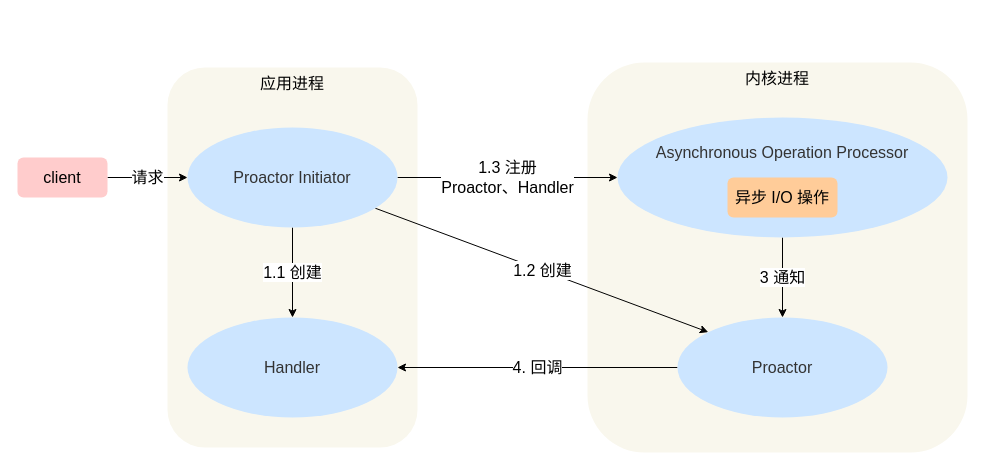
Before: 操作系统/Reactor/Proactor.drawio in xiaolincoder/ImageHost4, a draw.io diagram. Source tidied: cells renumbered, new cells numbered last; positions are measured from the earlier drawing's top-left corner, leaving out a move shared by most shapes. Both pictures are drawn from the tidied source at 100%, with x=0, y=0 at pixel (17, 62).
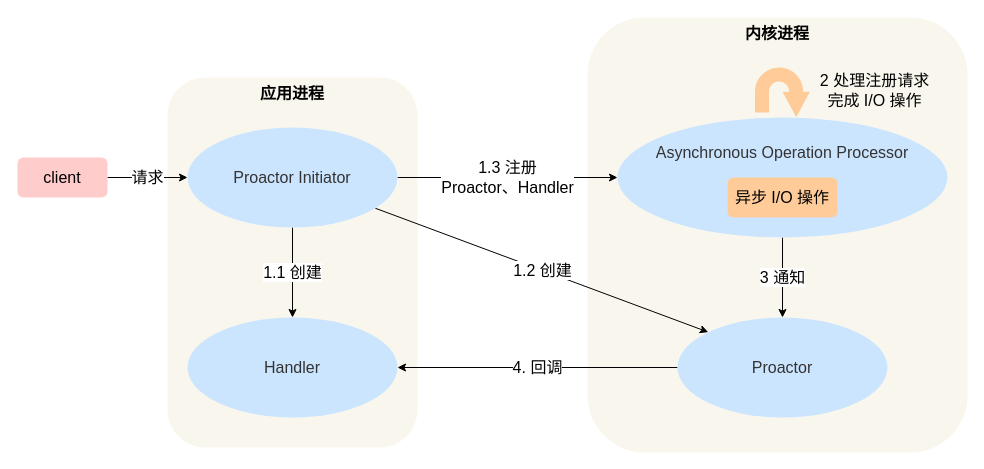
The same diagram, later.

The edit, as a diff of the source:
```diff
@@
 <mxGraphModel>
   <root>
     <mxCell id="0" />
     <mxCell id="1" parent="0" />
-    <mxCell id="2" value="内核进程" style="rounded=1;whiteSpace=wrap;html=1;labelBackgroundColor=none;fontSize=16;verticalAlign=top;fillColor=#f9f7ed;strokeColor=none;" parent="1" vertex="1">
-      <mxGeometry x="570" width="380" height="390" as="geometry" />
+    <mxCell id="2" value="&lt;b&gt;内核进程&lt;/b&gt;" style="rounded=1;whiteSpace=wrap;html=1;labelBackgroundColor=none;fontSize=16;verticalAlign=top;fillColor=#f9f7ed;strokeColor=none;" parent="1" vertex="1">
+      <mxGeometry x="570" y="-45" width="380" height="435" as="geometry" />
     </mxCell>
-    <mxCell id="3" value="应用进程" style="rounded=1;whiteSpace=wrap;html=1;labelBackgroundColor=none;fontSize=16;verticalAlign=top;fillColor=#f9f7ed;strokeColor=none;" parent="1" vertex="1">
-      <mxGeometry x="150" y="5" width="250" height="380" as="geometry" />
+    <mxCell id="3" value="&lt;b&gt;应用进程&lt;/b&gt;" style="rounded=1;whiteSpace=wrap;html=1;labelBackgroundColor=none;fontSize=16;verticalAlign=top;fillColor=#f9f7ed;strokeColor=none;" parent="1" vertex="1">
+      <mxGeometry x="150" y="15" width="250" height="370" as="geometry" />
     </mxCell>
     <mxCell id="4" value="1.1 创建" style="edgeStyle=orthogonalEdgeStyle;rounded=0;jettySize=auto;html=1;fontSize=16;" parent="1" edge="1" source="7" target="8">
       <mxGeometry relative="1" as="geometry" />
     </mxCell>
     <mxCell id="5" value="1.3 注册&lt;br&gt;Proactor、Handler" style="edgeStyle=orthogonalEdgeStyle;rounded=0;jettySize=auto;html=1;entryX=0;entryY=0.5;entryDx=0;entryDy=0;fontSize=16;" parent="1" edge="1" source="7" target="10">
       <mxGeometry relative="1" as="geometry" />
     </mxCell>
     <mxCell id="6" value="1.2 创建" style="rounded=0;jettySize=auto;html=1;entryX=0;entryY=0;entryDx=0;entryDy=0;fontSize=16;" parent="1" edge="1" source="7" target="13">
       <mxGeometry relative="1" as="geometry" />
     </mxCell>
     <mxCell id="7" value="&lt;span style=&quot;font-size: 16px; color: rgb(51, 51, 51); font-family: &amp;quot;pingfang sc&amp;quot;, &amp;quot;lantinghei sc&amp;quot;, &amp;quot;microsoft yahei&amp;quot;, &amp;quot;hiragino sans gb&amp;quot;, &amp;quot;microsoft sans serif&amp;quot;, &amp;quot;wenquanyi micro hei&amp;quot;, helvetica, sans-serif;&quot;&gt;Proactor Initiator&lt;/span&gt;" style="ellipse;whiteSpace=wrap;html=1;fillColor=#cce5ff;strokeColor=none;labelBackgroundColor=none;" parent="1" vertex="1">
       <mxGeometry x="170" y="65" width="210" height="100" as="geometry" />
     </mxCell>
     <mxCell id="8" value="&lt;span style=&quot;font-size: 16px; color: rgb(51, 51, 51); font-family: &amp;quot;pingfang sc&amp;quot;, &amp;quot;lantinghei sc&amp;quot;, &amp;quot;microsoft yahei&amp;quot;, &amp;quot;hiragino sans gb&amp;quot;, &amp;quot;microsoft sans serif&amp;quot;, &amp;quot;wenquanyi micro hei&amp;quot;, helvetica, sans-serif;&quot;&gt;Handler&lt;/span&gt;" style="ellipse;whiteSpace=wrap;html=1;fillColor=#cce5ff;strokeColor=none;labelBackgroundColor=none;" parent="1" vertex="1">
       <mxGeometry x="170" y="255" width="210" height="100" as="geometry" />
     </mxCell>
     <mxCell id="9" value="3 通知" style="edgeStyle=orthogonalEdgeStyle;rounded=0;jettySize=auto;html=1;fontSize=16;" parent="1" edge="1" source="10" target="13">
       <mxGeometry relative="1" as="geometry" />
     </mxCell>
     <mxCell id="10" value="&lt;span style=&quot;font-size: 16px ; color: rgb(51 , 51 , 51) ; font-family: &amp;#34;pingfang sc&amp;#34; , &amp;#34;lantinghei sc&amp;#34; , &amp;#34;microsoft yahei&amp;#34; , &amp;#34;hiragino sans gb&amp;#34; , &amp;#34;microsoft sans serif&amp;#34; , &amp;#34;wenquanyi micro hei&amp;#34; , &amp;#34;helvetica&amp;#34; , sans-serif&quot;&gt;&lt;br&gt;Asynchronous Operation Processor&lt;/span&gt;" style="ellipse;whiteSpace=wrap;html=1;fillColor=#cce5ff;strokeColor=none;labelBackgroundColor=none;verticalAlign=top;" parent="1" vertex="1">
       <mxGeometry x="600" y="55" width="330" height="120" as="geometry" />
     </mxCell>
     <mxCell id="11" value="异步 I/O 操作" style="rounded=1;whiteSpace=wrap;html=1;labelBackgroundColor=none;fontSize=16;fillColor=#ffcc99;strokeColor=none;" parent="1" vertex="1">
       <mxGeometry x="710" y="115" width="110" height="40" as="geometry" />
     </mxCell>
     <mxCell id="12" value="4. 回调" style="edgeStyle=orthogonalEdgeStyle;rounded=0;jettySize=auto;html=1;entryX=1;entryY=0.5;entryDx=0;entryDy=0;fontSize=16;" parent="1" edge="1" source="13" target="8">
       <mxGeometry relative="1" as="geometry" />
     </mxCell>
     <mxCell id="13" value="&lt;span style=&quot;font-size: 16px; color: rgb(51, 51, 51); font-family: &amp;quot;pingfang sc&amp;quot;, &amp;quot;lantinghei sc&amp;quot;, &amp;quot;microsoft yahei&amp;quot;, &amp;quot;hiragino sans gb&amp;quot;, &amp;quot;microsoft sans serif&amp;quot;, &amp;quot;wenquanyi micro hei&amp;quot;, helvetica, sans-serif;&quot;&gt;Proactor&lt;/span&gt;" style="ellipse;whiteSpace=wrap;html=1;fillColor=#cce5ff;strokeColor=none;labelBackgroundColor=none;" parent="1" vertex="1">
       <mxGeometry x="660" y="255" width="210" height="100" as="geometry" />
     </mxCell>
     <mxCell id="14" value="请求" style="edgeStyle=none;rounded=0;jettySize=auto;html=1;fontSize=16;" parent="1" edge="1" source="15" target="7">
       <mxGeometry relative="1" as="geometry" />
     </mxCell>
     <mxCell id="15" value="client" style="rounded=1;whiteSpace=wrap;html=1;labelBackgroundColor=none;fontSize=16;fillColor=#ffcccc;strokeColor=none;" parent="1" vertex="1">
       <mxGeometry y="95" width="90" height="40" as="geometry" />
     </mxCell>
+    <mxCell id="16" style="html=1;shadow=0;dashed=0;align=center;verticalAlign=middle;shape=mxgraph.arrows2.uTurnArrow;dy=7;arrowHead=27.5;dx2=25.5;labelBackgroundColor=none;fontSize=16;rotation=90;fillColor=#ffcc99;strokeColor=none;" parent="1" vertex="1">
+      <mxGeometry x="742.5" width="45" height="55" as="geometry" />
+    </mxCell>
+    <mxCell id="17" value="2 处理注册请求&lt;br&gt;完成 I/O 操作" style="text;html=1;align=center;verticalAlign=middle;strokeColor=none;fontSize=16;" parent="1" vertex="1">
+      <mxGeometry x="797" y="7.5" width="120" height="40" as="geometry" />
+    </mxCell>
   </root>
 </mxGraphModel>
```
